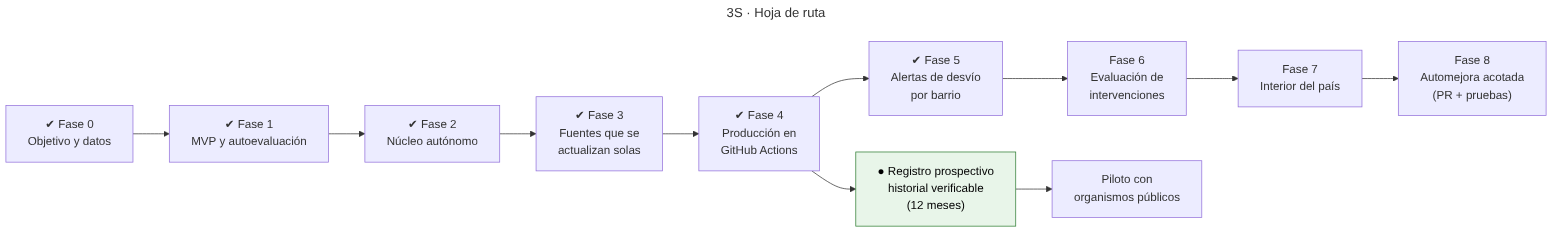
Before: documentacion/diagramas/04_hoja_de_ruta.png, a diagram exported from Mermaid (lbenenatia/3s-self-sustained-system). Its source is kept beside it as documentacion/diagramas/04_hoja_de_ruta.mmd.
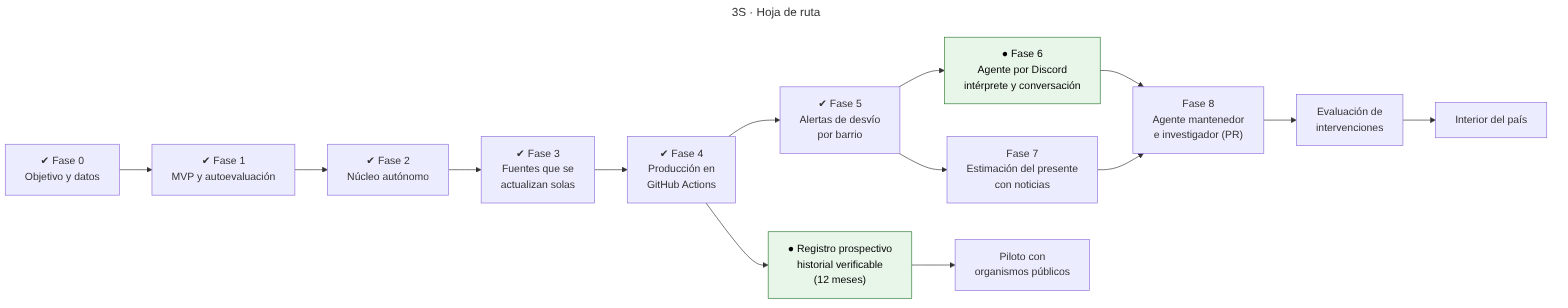
After the change.

Change to the diagram source:
```diff
@@ -5,8 +5,11 @@
     F0["✔ Fase 0<br/>Objetivo y datos"] --> F1["✔ Fase 1<br/>MVP y autoevaluación"] --> F2["✔ Fase 2<br/>Núcleo autónomo"] --> F3["✔ Fase 3<br/>Fuentes que se<br/>actualizan solas"] --> F4["✔ Fase 4<br/>Producción en<br/>GitHub Actions"]
     F4 --> RP["● Registro prospectivo<br/>historial verificable<br/>(12 meses)"]:::activo
     F4 --> F5["✔ Fase 5<br/>Alertas de desvío<br/>por barrio"]
-    F5 --> F6["Fase 6<br/>Evaluación de<br/>intervenciones"]
-    F6 --> F7["Fase 7<br/>Interior del país"]
-    F7 --> F8["Fase 8<br/>Automejora acotada<br/>(PR + pruebas)"]
+    F5 --> F6["● Fase 6<br/>Agente por Discord<br/>intérprete y conversación"]:::activo
+    F5 --> F7["Fase 7<br/>Estimación del presente<br/>con noticias"]
+    F6 --> F8["Fase 8<br/>Agente mantenedor<br/>e investigador (PR)"]
+    F7 --> F8
+    F8 --> EI["Evaluación de<br/>intervenciones"]
+    EI --> IN["Interior del país"]
     RP --> P["Piloto con<br/>organismos públicos"]
     classDef activo fill:#e8f5e9,stroke:#2e7d32,color:#000
```
